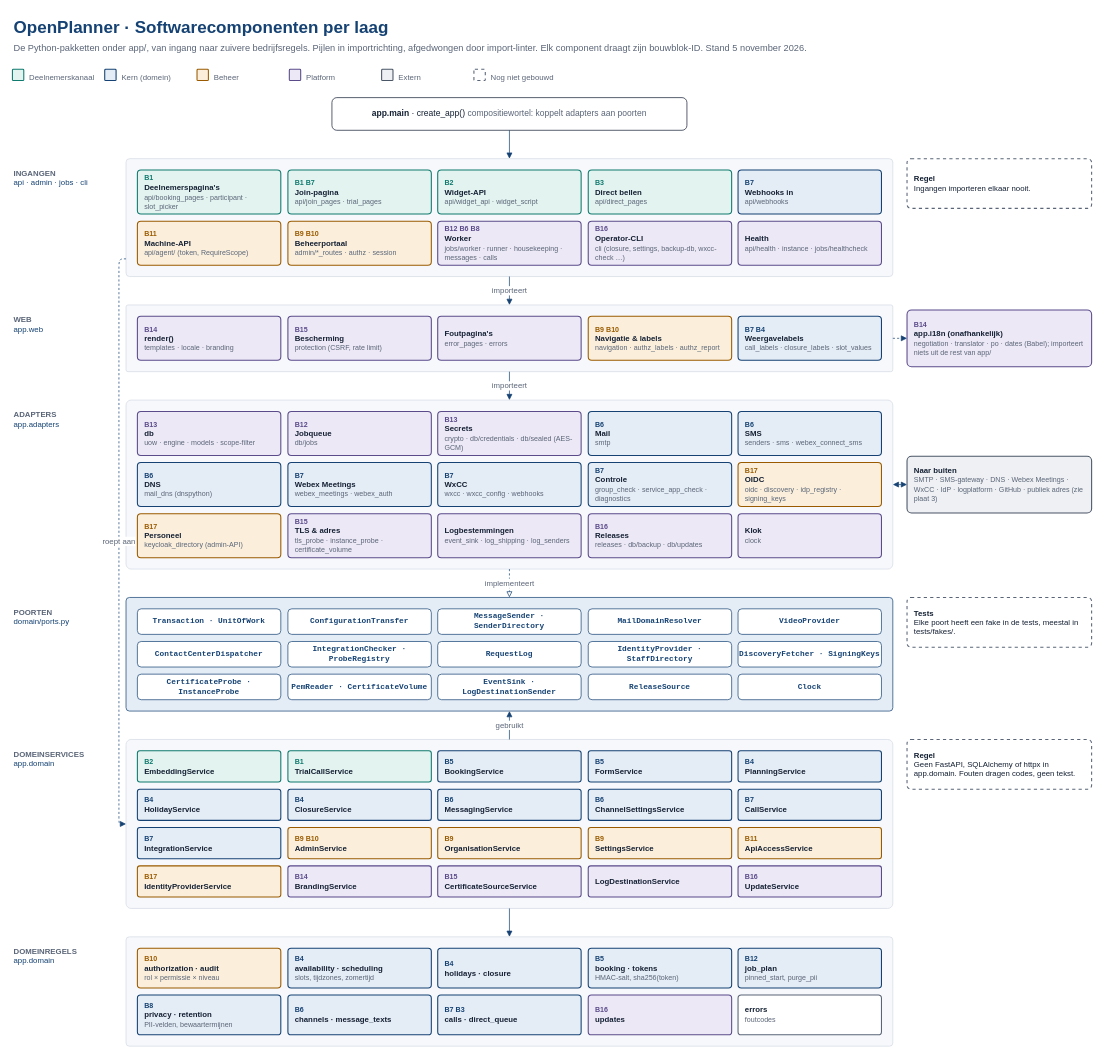
Above: page "2 Softwarecomponenten" (2 of 3) of docs/diagrams/openplanner-architectuur.drawio in 3Corners-Labs/OpenPlanner (draw.io), before the change. Source tidied: cells renumbered, new cells numbered last; positions are measured from the earlier drawing's top-left corner, leaving out a move shared by most shapes. Both pictures are drawn from the tidied source at 71%, with x=0, y=0 at pixel (12, 12).
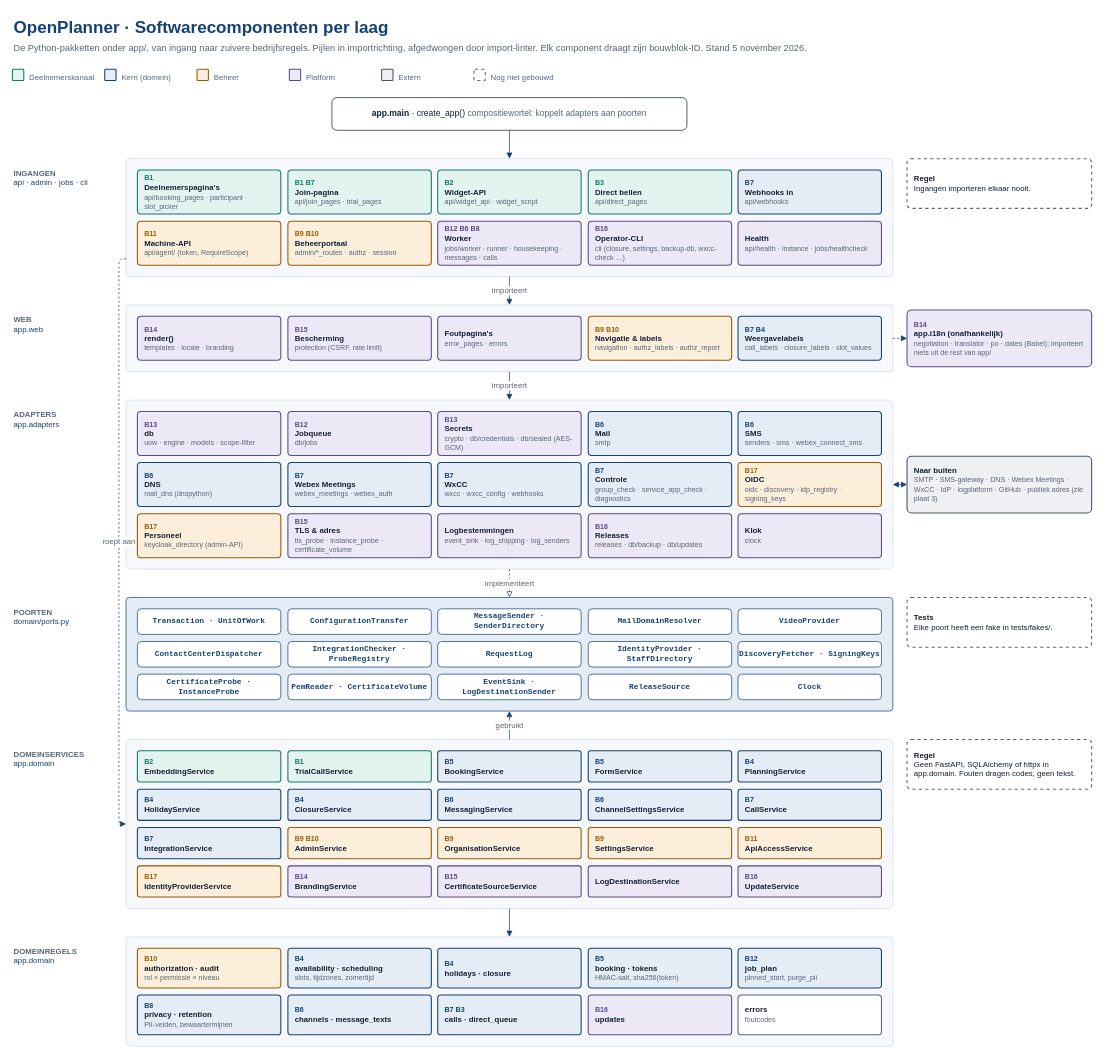
After the change.

Commit message (it also covers changes not shown here):
docs(diagrams): the plates say every port's fake is in tests/fakes/

Diff of the diagram source:
```diff
@@
-    <mxCell id="78" value="&lt;b&gt;Tests&lt;/b&gt;&lt;br&gt;Elke poort heeft een fake in de tests, meestal in tests/fakes/." style="rounded=1;arcSize=8;whiteSpace=wrap;html=1;align=left;verticalAlign=middle;spacingLeft=8;spacingRight=6;strokeColor=#5a6577;fillColor=#ffffff;strokeWidth=1.5;fontColor=#142033;fontSize=11;fontFamily=Helvetica;dashed=1;" parent="1" vertex="1">
+    <mxCell id="78" value="&lt;b&gt;Tests&lt;/b&gt;&lt;br&gt;Elke poort heeft een fake in tests/fakes/." style="rounded=1;arcSize=8;whiteSpace=wrap;html=1;align=left;verticalAlign=middle;spacingLeft=8;spacingRight=6;strokeColor=#5a6577;fillColor=#ffffff;strokeWidth=1.5;fontColor=#142033;fontSize=11;fontFamily=Helvetica;dashed=1;" parent="1" vertex="1">
       <mxGeometry x="1260" y="824" width="260" height="70" as="geometry" />
     </mxCell>
```
